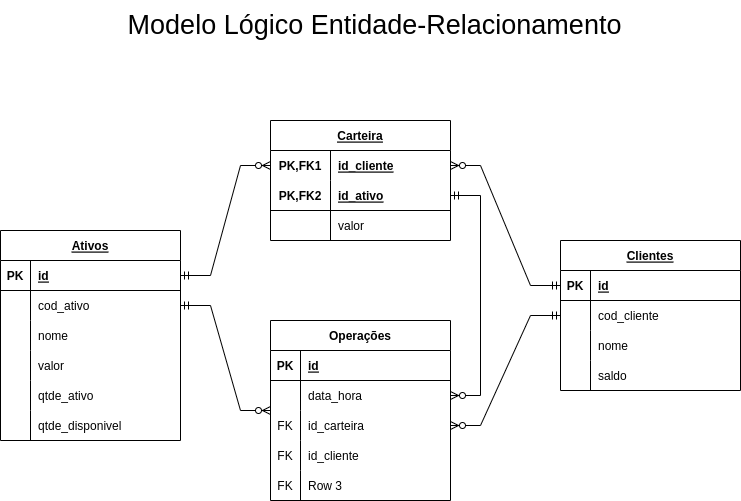
Above: Modelo Lógico ER.drawio.png in Fabio-Vicente/desafio-xp (draw.io), before the change. Source tidied: cells renumbered, new cells last; positions are measured from the earlier drawing's top-left corner, leaving out a move shared by most shapes.
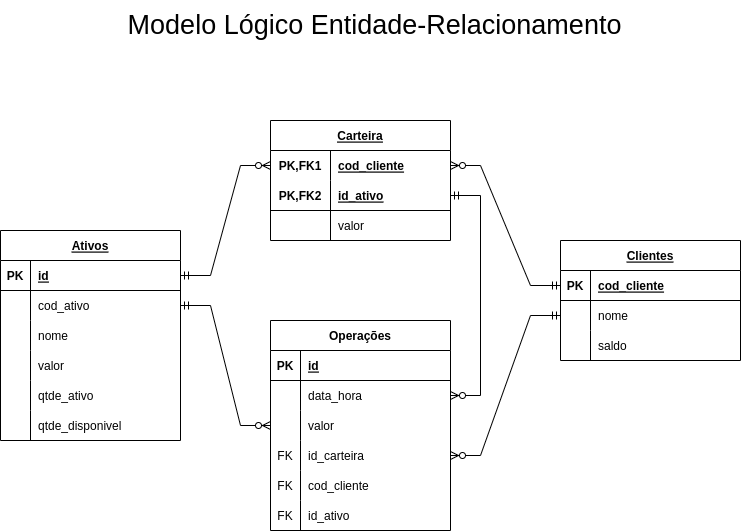
After the change.

Commit message:
chore: :camera_flash: Update DB snapshot

Diff of the diagram source:
```diff
@@ -60,7 +60,7 @@
       <mxGeometry x="30" width="150" height="30" as="geometry" />
     </mxCell>
     <mxCell id="21" value="Clientes" style="shape=table;startSize=30;rowLines=0;fontStyle=5;align=center;" parent="1" vertex="1">
-      <mxGeometry x="560" y="240" width="180" height="150" as="geometry" />
+      <mxGeometry x="560" y="240" width="180" height="120" as="geometry" />
     </mxCell>
     <mxCell id="22" style="shape=tableRow;horizontal=0;startSize=0;swimlaneHead=0;swimlaneBody=0;fillColor=none;points=[[0,0.5],[1,0.5]];portConstraint=eastwest;top=0;left=0;right=0;bottom=1;" parent="21" vertex="1">
       <mxGeometry y="30" width="180" height="30" as="geometry" />
@@ -68,20 +68,11 @@
     <mxCell id="23" value="PK" style="shape=partialRectangle;fillColor=none;top=0;left=0;bottom=0;right=0;fontStyle=1;overflow=hidden;" parent="22" vertex="1">
       <mxGeometry width="30" height="30" as="geometry" />
     </mxCell>
-    <mxCell id="24" value="id" style="shape=partialRectangle;fillColor=none;top=0;left=0;bottom=0;right=0;align=left;spacingLeft=6;fontStyle=5;overflow=hidden;" parent="22" vertex="1">
+    <mxCell id="24" value="cod_cliente" style="shape=partialRectangle;fillColor=none;top=0;left=0;bottom=0;right=0;align=left;spacingLeft=6;fontStyle=5;overflow=hidden;" parent="22" vertex="1">
       <mxGeometry x="30" width="150" height="30" as="geometry" />
     </mxCell>
-    <mxCell id="25" style="shape=tableRow;horizontal=0;startSize=0;swimlaneHead=0;swimlaneBody=0;fillColor=none;points=[[0,0.5],[1,0.5]];portConstraint=eastwest;top=0;left=0;right=0;bottom=0;" parent="21" vertex="1">
-      <mxGeometry y="60" width="180" height="30" as="geometry" />
-    </mxCell>
-    <mxCell id="26" style="shape=partialRectangle;fillColor=none;top=0;left=0;bottom=0;right=0;overflow=hidden;" parent="25" vertex="1">
-      <mxGeometry width="30" height="30" as="geometry" />
-    </mxCell>
-    <mxCell id="27" value="cod_cliente" style="shape=partialRectangle;fillColor=none;top=0;left=0;bottom=0;right=0;align=left;spacingLeft=6;overflow=hidden;" parent="25" vertex="1">
-      <mxGeometry x="30" width="150" height="30" as="geometry" />
-    </mxCell>
     <mxCell id="28" style="shape=tableRow;horizontal=0;startSize=0;swimlaneHead=0;swimlaneBody=0;fillColor=none;points=[[0,0.5],[1,0.5]];portConstraint=eastwest;top=0;left=0;right=0;bottom=0;" parent="21" vertex="1">
-      <mxGeometry y="90" width="180" height="30" as="geometry" />
+      <mxGeometry y="60" width="180" height="30" as="geometry" />
     </mxCell>
     <mxCell id="29" style="shape=partialRectangle;fillColor=none;top=0;left=0;bottom=0;right=0;overflow=hidden;" parent="28" vertex="1">
       <mxGeometry width="30" height="30" as="geometry" />
@@ -90,7 +81,7 @@
       <mxGeometry x="30" width="150" height="30" as="geometry" />
     </mxCell>
     <mxCell id="31" style="shape=tableRow;horizontal=0;startSize=0;swimlaneHead=0;swimlaneBody=0;fillColor=none;top=0;left=0;right=0;bottom=0;" parent="21" vertex="1">
-      <mxGeometry y="120" width="180" height="30" as="geometry" />
+      <mxGeometry y="90" width="180" height="30" as="geometry" />
     </mxCell>
     <mxCell id="32" style="shape=partialRectangle;fillColor=none;top=0;left=0;bottom=0;right=0;overflow=hidden;" parent="31" vertex="1">
       <mxGeometry width="30" height="30" as="geometry" />
@@ -107,7 +98,7 @@
     <mxCell id="36" value="PK,FK1" style="shape=partialRectangle;fillColor=none;top=0;left=0;bottom=0;right=0;fontStyle=1;overflow=hidden;" parent="35" vertex="1">
       <mxGeometry width="60" height="30" as="geometry" />
     </mxCell>
-    <mxCell id="37" value="id_cliente" style="shape=partialRectangle;fillColor=none;top=0;left=0;bottom=0;right=0;align=left;spacingLeft=6;fontStyle=5;overflow=hidden;" parent="35" vertex="1">
+    <mxCell id="37" value="cod_cliente" style="shape=partialRectangle;fillColor=none;top=0;left=0;bottom=0;right=0;align=left;spacingLeft=6;fontStyle=5;overflow=hidden;" parent="35" vertex="1">
       <mxGeometry x="60" width="120" height="30" as="geometry" />
     </mxCell>
     <mxCell id="38" style="shape=tableRow;horizontal=0;startSize=0;swimlaneHead=0;swimlaneBody=0;fillColor=none;points=[[0,0.5],[1,0.5]];portConstraint=eastwest;top=0;left=0;right=0;bottom=1;" parent="34" vertex="1">
@@ -135,7 +126,7 @@
       <mxGeometry relative="1" as="geometry" />
     </mxCell>
     <mxCell id="46" value="Operações" style="shape=table;startSize=30;rowLines=0;fontStyle=1;align=center;" parent="1" vertex="1">
-      <mxGeometry x="270" y="320" width="180" height="180" as="geometry" />
+      <mxGeometry x="270" y="320" width="180" height="210" as="geometry" />
     </mxCell>
     <mxCell id="47" style="shape=tableRow;horizontal=0;startSize=0;swimlaneHead=0;swimlaneBody=0;fillColor=none;top=0;left=0;right=0;bottom=1;" parent="46" vertex="1">
       <mxGeometry y="30" width="180" height="30" as="geometry" />
@@ -155,8 +146,17 @@
     <mxCell id="52" value="data_hora" style="shape=partialRectangle;fillColor=none;top=0;left=0;bottom=0;right=0;align=left;spacingLeft=6;overflow=hidden;" parent="50" vertex="1">
       <mxGeometry x="30" width="150" height="30" as="geometry" />
     </mxCell>
+    <mxCell id="66" style="shape=tableRow;horizontal=0;startSize=0;swimlaneHead=0;swimlaneBody=0;fillColor=none;top=0;left=0;right=0;bottom=0;" parent="46" vertex="1">
+      <mxGeometry y="90" width="180" height="30" as="geometry" />
+    </mxCell>
+    <mxCell id="26" style="shape=partialRectangle;fillColor=none;top=0;left=0;bottom=0;right=0;overflow=hidden;" parent="66" vertex="1">
+      <mxGeometry width="30" height="30" as="geometry" />
+    </mxCell>
+    <mxCell id="67" value="valor" style="shape=partialRectangle;fillColor=none;top=0;left=0;bottom=0;right=0;align=left;spacingLeft=6;overflow=hidden;" parent="66" vertex="1">
+      <mxGeometry x="30" width="150" height="30" as="geometry" />
+    </mxCell>
     <mxCell id="53" style="shape=tableRow;horizontal=0;startSize=0;swimlaneHead=0;swimlaneBody=0;fillColor=none;points=[[0,0.5],[1,0.5]];portConstraint=eastwest;top=0;left=0;right=0;bottom=0;" parent="46" vertex="1">
-      <mxGeometry y="90" width="180" height="30" as="geometry" />
+      <mxGeometry y="120" width="180" height="30" as="geometry" />
     </mxCell>
     <mxCell id="54" value="FK" style="shape=partialRectangle;fillColor=none;top=0;left=0;bottom=0;right=0;overflow=hidden;" parent="53" vertex="1">
       <mxGeometry width="30" height="30" as="geometry" />
@@ -165,27 +165,27 @@
       <mxGeometry x="30" width="150" height="30" as="geometry" />
     </mxCell>
     <mxCell id="56" style="shape=tableRow;horizontal=0;startSize=0;swimlaneHead=0;swimlaneBody=0;fillColor=none;top=0;left=0;right=0;bottom=0;" parent="46" vertex="1">
-      <mxGeometry y="120" width="180" height="30" as="geometry" />
+      <mxGeometry y="150" width="180" height="30" as="geometry" />
     </mxCell>
     <mxCell id="57" value="FK" style="shape=partialRectangle;fillColor=none;top=0;left=0;bottom=0;right=0;overflow=hidden;" parent="56" vertex="1">
       <mxGeometry width="30" height="30" as="geometry" />
     </mxCell>
-    <mxCell id="58" value="id_cliente" style="shape=partialRectangle;fillColor=none;top=0;left=0;bottom=0;right=0;align=left;spacingLeft=6;overflow=hidden;" parent="56" vertex="1">
+    <mxCell id="58" value="cod_cliente" style="shape=partialRectangle;fillColor=none;top=0;left=0;bottom=0;right=0;align=left;spacingLeft=6;overflow=hidden;" parent="56" vertex="1">
       <mxGeometry x="30" width="150" height="30" as="geometry" />
     </mxCell>
     <mxCell id="59" style="shape=tableRow;horizontal=0;startSize=0;swimlaneHead=0;swimlaneBody=0;fillColor=none;top=0;left=0;right=0;bottom=0;" parent="46" vertex="1">
-      <mxGeometry y="150" width="180" height="30" as="geometry" />
+      <mxGeometry y="180" width="180" height="30" as="geometry" />
     </mxCell>
     <mxCell id="60" value="FK" style="shape=partialRectangle;fillColor=none;top=0;left=0;bottom=0;right=0;overflow=hidden;" parent="59" vertex="1">
       <mxGeometry width="30" height="30" as="geometry" />
     </mxCell>
-    <mxCell id="61" value="Row 3" style="shape=partialRectangle;fillColor=none;top=0;left=0;bottom=0;right=0;align=left;spacingLeft=6;overflow=hidden;" parent="59" vertex="1">
+    <mxCell id="61" value="id_ativo" style="shape=partialRectangle;fillColor=none;top=0;left=0;bottom=0;right=0;align=left;spacingLeft=6;overflow=hidden;" parent="59" vertex="1">
       <mxGeometry x="30" width="150" height="30" as="geometry" />
     </mxCell>
     <mxCell id="62" style="edgeStyle=entityRelationEdgeStyle;fontSize=12;html=1;endArrow=ERzeroToMany;startArrow=ERmandOne;rounded=0;exitX=1;exitY=0.5;exitDx=0;exitDy=0;entryX=1;entryY=0.5;entryDx=0;entryDy=0;" parent="1" edge="1" source="38" target="50">
       <mxGeometry relative="1" as="geometry" />
     </mxCell>
-    <mxCell id="63" style="edgeStyle=entityRelationEdgeStyle;fontSize=12;html=1;endArrow=ERzeroToMany;startArrow=ERmandOne;rounded=0;entryX=1;entryY=0.5;entryDx=0;entryDy=0;exitX=0;exitY=0.5;exitDx=0;exitDy=0;" parent="1" edge="1" source="25" target="53">
+    <mxCell id="63" style="edgeStyle=entityRelationEdgeStyle;fontSize=12;html=1;endArrow=ERzeroToMany;startArrow=ERmandOne;rounded=0;entryX=1;entryY=0.5;entryDx=0;entryDy=0;exitX=0;exitY=0.5;exitDx=0;exitDy=0;" parent="1" edge="1" source="28" target="53">
       <mxGeometry relative="1" as="geometry" />
     </mxCell>
     <mxCell id="64" style="edgeStyle=entityRelationEdgeStyle;fontSize=12;html=1;endArrow=ERzeroToMany;startArrow=ERmandOne;rounded=0;" parent="1" edge="1" source="6" target="46">
```
